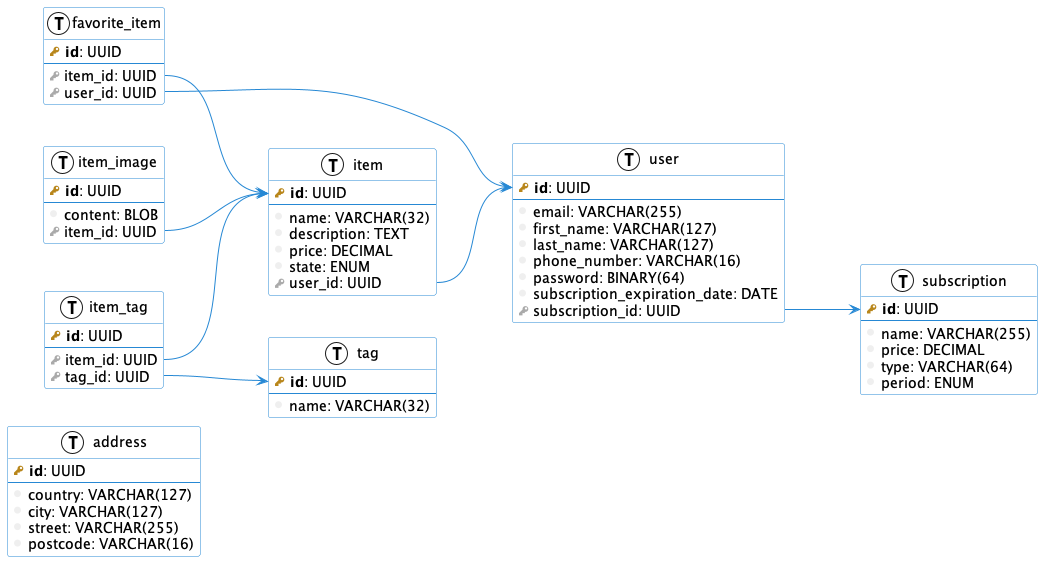
Above: db.png in danilshvalov/databases-lab (PlantUML), before the change.
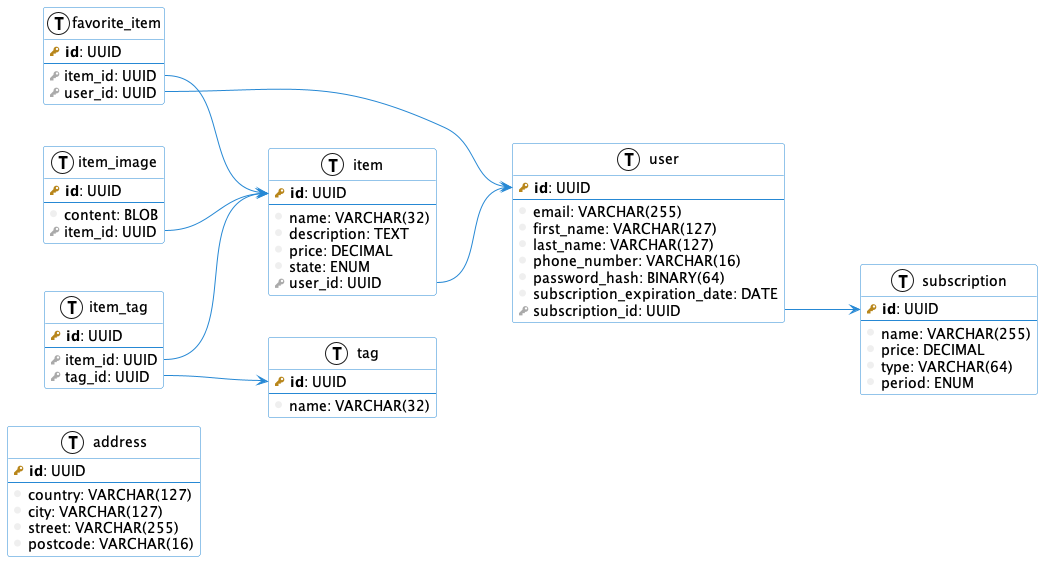
Above is the later version.

Commit message:
refactor(puml): `password` -> `password_hash`

The edit, as a diff of the source:
```diff
@@ -39,7 +39,7 @@
     column(first_name): VARCHAR(127)
     column(last_name): VARCHAR(127)
     column(phone_number): VARCHAR(16)
-    column(password): BINARY(64)
+    column(password_hash): BINARY(64)
     column(subscription_expiration_date): DATE
     foreign_key(subscription_id): UUID
 }
```
